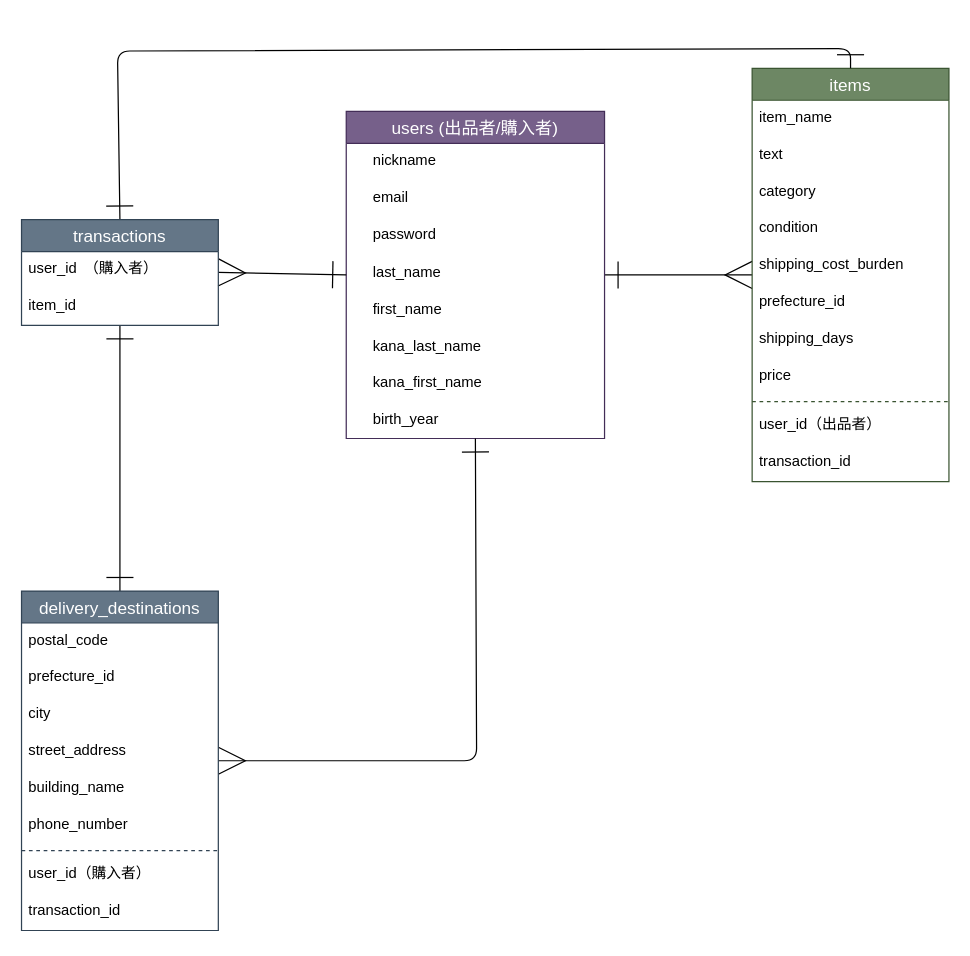
samaimo/furima-40414 keeps this draw.io diagram as ER図.dio. Above is the earlier version. Source tidied: cells renumbered, new cells numbered last; positions are measured from the earlier drawing's top-left corner, leaving out a move shared by most shapes. Both pictures are drawn from the tidied source at 123%, with x=0, y=0 at pixel (21, 48).
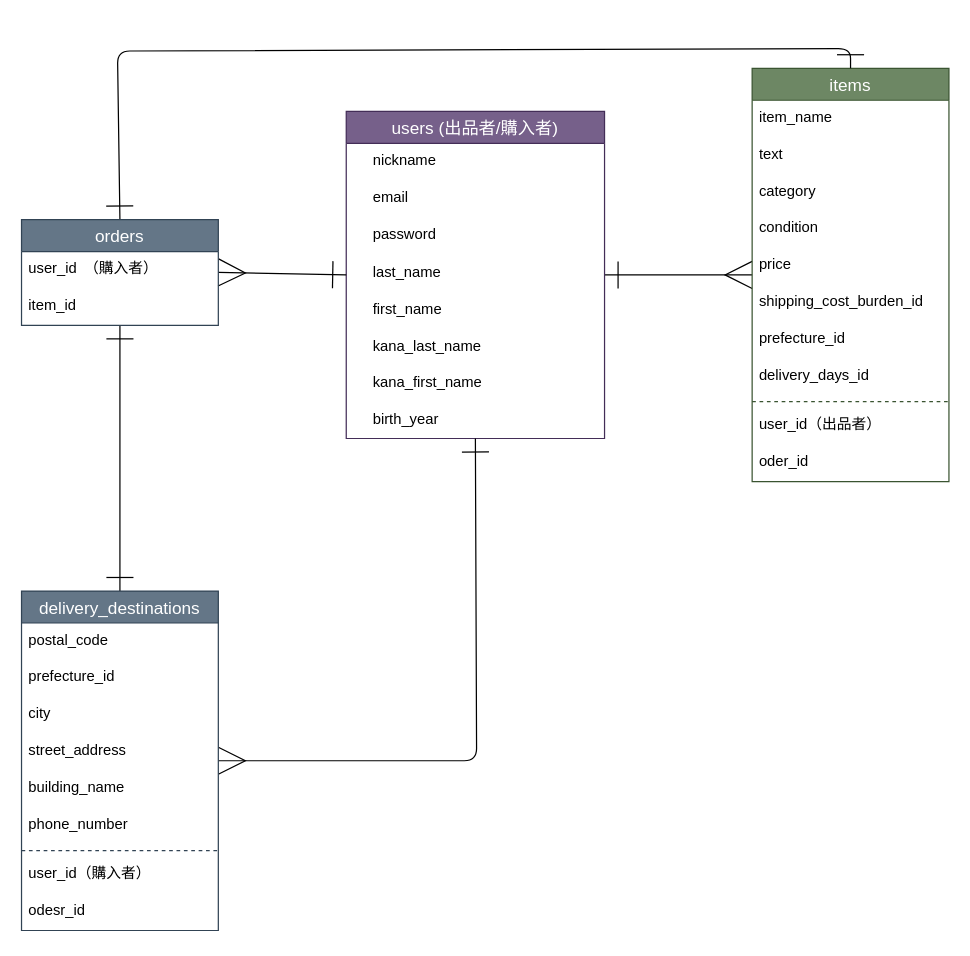
The same diagram, later.

Commit message (it also covers changes not shown here):
データベース設計の修正２

・プルダウンで不足している項目を追加
・カラム名transactionをorderへ変更

Unchanged cells that the change refers to:
```xml
<mxCell id="12" value="items" style="swimlane;fontStyle=0;horizontal=1;startSize=26;align=center;fontSize=14;fillColor=#6d8764;fontColor=#ffffff;strokeColor=#3A5431;" parent="1" vertex="1">
  <mxGeometry x="594" y="16" width="160" height="336" as="geometry" />
</mxCell>
<mxCell id="31" value="delivery_destinations" style="swimlane;fontStyle=0;horizontal=1;startSize=26;align=center;fontSize=14;fillColor=#647687;fontColor=#ffffff;strokeColor=#314354;" parent="1" vertex="1">
  <mxGeometry y="441" width="160" height="276" as="geometry" />
</mxCell>
```

Diff of the diagram source:
```diff
@@
+    <mxCell id="20" value="price" style="text;strokeColor=none;fillColor=none;spacingLeft=4;spacingRight=4;overflow=hidden;fontSize=12;" parent="12" vertex="1">
+      <mxGeometry y="146" width="160" height="30" as="geometry" />
+    </mxCell>
-    <mxCell id="17" value="shipping_cost_burden" style="text;strokeColor=none;fillColor=none;spacingLeft=4;spacingRight=4;overflow=hidden;fontSize=12;" parent="12" vertex="1">
-      <mxGeometry y="146" width="160" height="30" as="geometry" />
+    <mxCell id="17" value="shipping_cost_burden_id" style="text;strokeColor=none;fillColor=none;spacingLeft=4;spacingRight=4;overflow=hidden;fontSize=12;" parent="12" vertex="1">
+      <mxGeometry y="176" width="160" height="30" as="geometry" />
     </mxCell>
     <mxCell id="18" value="prefecture_id" style="text;strokeColor=none;fillColor=none;spacingLeft=4;spacingRight=4;overflow=hidden;fontSize=12;" parent="12" vertex="1">
-      <mxGeometry y="176" width="160" height="30" as="geometry" />
+      <mxGeometry y="206" width="160" height="30" as="geometry" />
     </mxCell>
-    <mxCell id="19" value="shipping_days" style="text;strokeColor=none;fillColor=none;spacingLeft=4;spacingRight=4;overflow=hidden;fontSize=12;" parent="12" vertex="1">
-      <mxGeometry y="206" width="160" height="30" as="geometry" />
+    <mxCell id="19" value="delivery_days_id" style="text;strokeColor=none;fillColor=none;spacingLeft=4;spacingRight=4;overflow=hidden;fontSize=12;" parent="12" vertex="1">
+      <mxGeometry y="236" width="160" height="30" as="geometry" />
     </mxCell>
-    <mxCell id="20" value="price" style="text;strokeColor=none;fillColor=none;spacingLeft=4;spacingRight=4;overflow=hidden;fontSize=12;" parent="12" vertex="1">
-      <mxGeometry y="236" width="160" height="30" as="geometry" />
-    </mxCell>
@@
-    <mxCell id="23" value="transaction_id" style="text;strokeColor=none;fillColor=none;spacingLeft=4;spacingRight=4;overflow=hidden;fontSize=12;" parent="12" vertex="1">
+    <mxCell id="23" value="oder_id" style="text;strokeColor=none;fillColor=none;spacingLeft=4;spacingRight=4;overflow=hidden;fontSize=12;" parent="12" vertex="1">
       <mxGeometry y="306" width="160" height="30" as="geometry" />
     </mxCell>
@@
-    <mxCell id="27" value="transactions" style="swimlane;fontStyle=0;horizontal=1;startSize=26;align=center;fontSize=14;fillColor=#647687;fontColor=#ffffff;strokeColor=#314354;" parent="1" vertex="1">
+    <mxCell id="27" value="orders" style="swimlane;fontStyle=0;horizontal=1;startSize=26;align=center;fontSize=14;fillColor=#647687;fontColor=#ffffff;strokeColor=#314354;" parent="1" vertex="1">
       <mxGeometry y="139" width="160" height="86" as="geometry" />
     </mxCell>
@@
-    <mxCell id="40" value="transaction_id" style="text;strokeColor=none;fillColor=none;spacingLeft=4;spacingRight=4;overflow=hidden;fontSize=12;" parent="31" vertex="1">
+    <mxCell id="40" value="odesr_id" style="text;strokeColor=none;fillColor=none;spacingLeft=4;spacingRight=4;overflow=hidden;fontSize=12;" parent="31" vertex="1">
       <mxGeometry y="246" width="160" height="30" as="geometry" />
     </mxCell>
```
